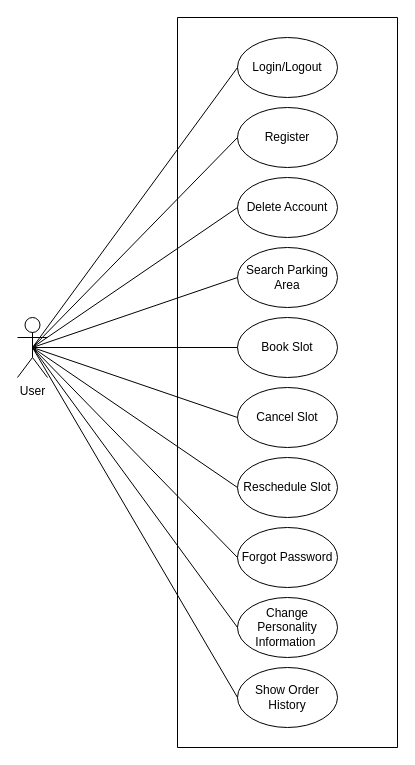
This is Use Case Diagram for user.drawio from dhavanikgithub/Capstone-Project1, a draw.io file, before an edit. Source tidied: cells renumbered, new cells numbered last; positions are measured from the earlier drawing's top-left corner, leaving out a move shared by most shapes. Both pictures are drawn from the tidied source at 100%, with x=0, y=0 at pixel (17, 17).
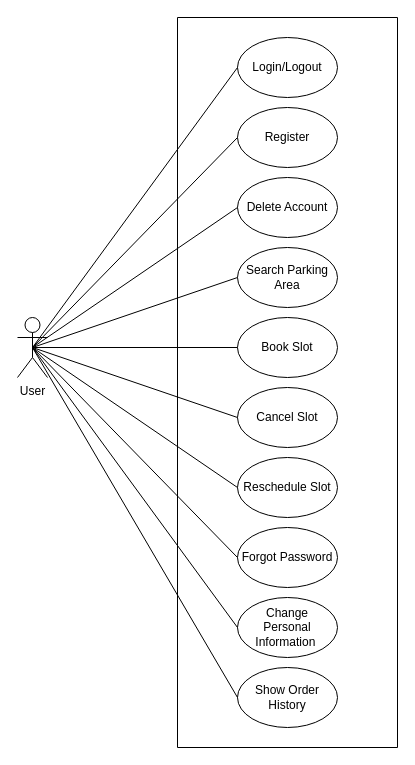
The same diagram, later.

What changed in the source:
```diff
@@
-    <mxCell id="12" value="Change Personality Information&amp;nbsp;" style="ellipse;whiteSpace=wrap;html=1;strokeOpacity=100;" parent="1" vertex="1">
+    <mxCell id="12" value="Change &lt;br&gt;Personal Information&amp;nbsp;" style="ellipse;whiteSpace=wrap;html=1;strokeOpacity=100;" parent="1" vertex="1">
       <mxGeometry x="220" y="580" width="100" height="60" as="geometry" />
     </mxCell>
```
